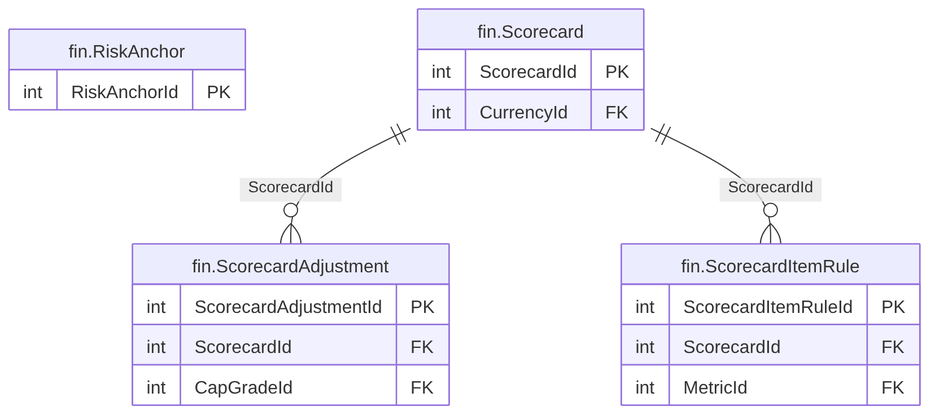
The Mermaid diagram treasury-platform/docs/diagrams/erd/m5_financials_10.png in thawrasy/smartlines, before a commit. Its source is kept beside it as treasury-platform/docs/diagrams/erd/m5_financials_10.mmd. Its diagram source:
```mermaid
erDiagram
  fin_RiskAnchor["fin.RiskAnchor"] {
    int RiskAnchorId PK
  }
  fin_Scorecard["fin.Scorecard"] {
    int ScorecardId PK
    int CurrencyId FK
  }
  fin_ScorecardAdjustment["fin.ScorecardAdjustment"] {
    int ScorecardAdjustmentId PK
    int ScorecardId FK
    int CapGradeId FK
  }
  fin_ScorecardItemRule["fin.ScorecardItemRule"] {
    int ScorecardItemRuleId PK
    int ScorecardId FK
    int MetricId FK
  }
  fin_Scorecard ||--o{ fin_ScorecardAdjustment : "ScorecardId"
  fin_Scorecard ||--o{ fin_ScorecardItemRule : "ScorecardId"
```
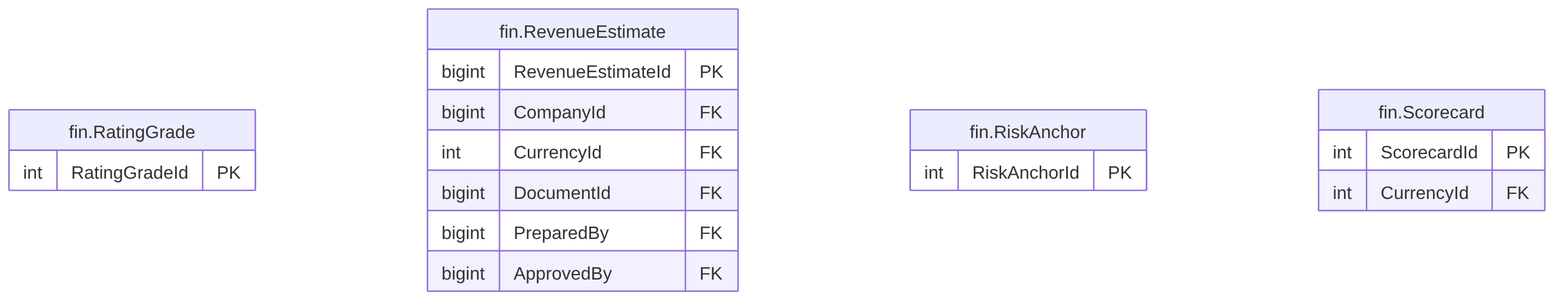
The same diagram one commit later.

The edit, as a diff of the source:
```diff
@@ -1,4 +1,15 @@
 erDiagram
+  fin_RatingGrade["fin.RatingGrade"] {
+    int RatingGradeId PK
+  }
+  fin_RevenueEstimate["fin.RevenueEstimate"] {
+    bigint RevenueEstimateId PK
+    bigint CompanyId FK
+    int CurrencyId FK
+    bigint DocumentId FK
+    bigint PreparedBy FK
+    bigint ApprovedBy FK
+  }
   fin_RiskAnchor["fin.RiskAnchor"] {
     int RiskAnchorId PK
   }
@@ -6,15 +17,3 @@
     int ScorecardId PK
     int CurrencyId FK
   }
-  fin_ScorecardAdjustment["fin.ScorecardAdjustment"] {
-    int ScorecardAdjustmentId PK
-    int ScorecardId FK
-    int CapGradeId FK
-  }
-  fin_ScorecardItemRule["fin.ScorecardItemRule"] {
-    int ScorecardItemRuleId PK
-    int ScorecardId FK
-    int MetricId FK
-  }
-  fin_Scorecard ||--o{ fin_ScorecardAdjustment : "ScorecardId"
-  fin_Scorecard ||--o{ fin_ScorecardItemRule : "ScorecardId"
```
